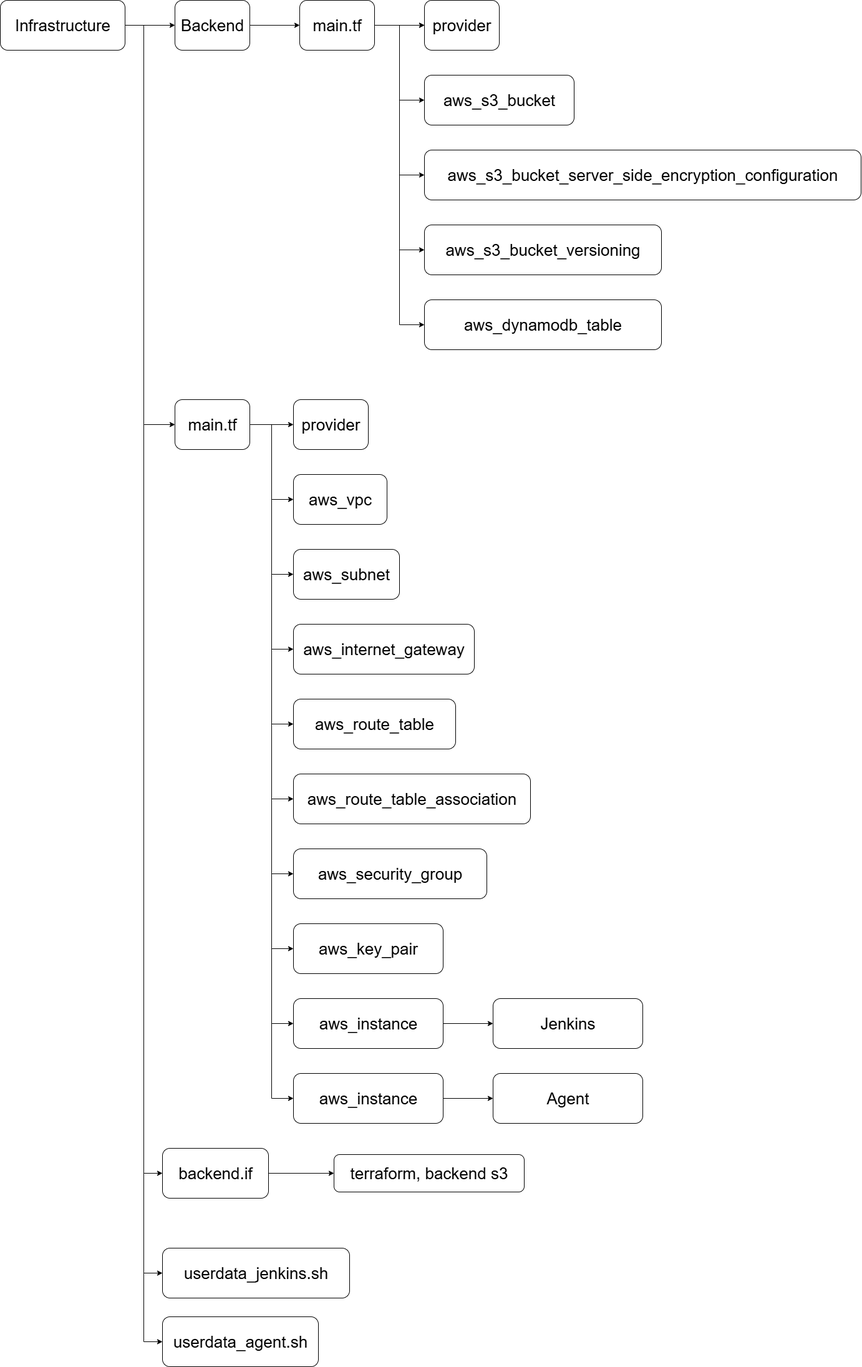
Before: cicd_pipeline_infra.drawio.png, a diagram exported from draw.io (mohsinakhtaralam/cicd_pipeline_101). Source tidied: cells renumbered, new cells last; positions are measured from the earlier drawing's top-left corner, leaving out a move shared by most shapes.
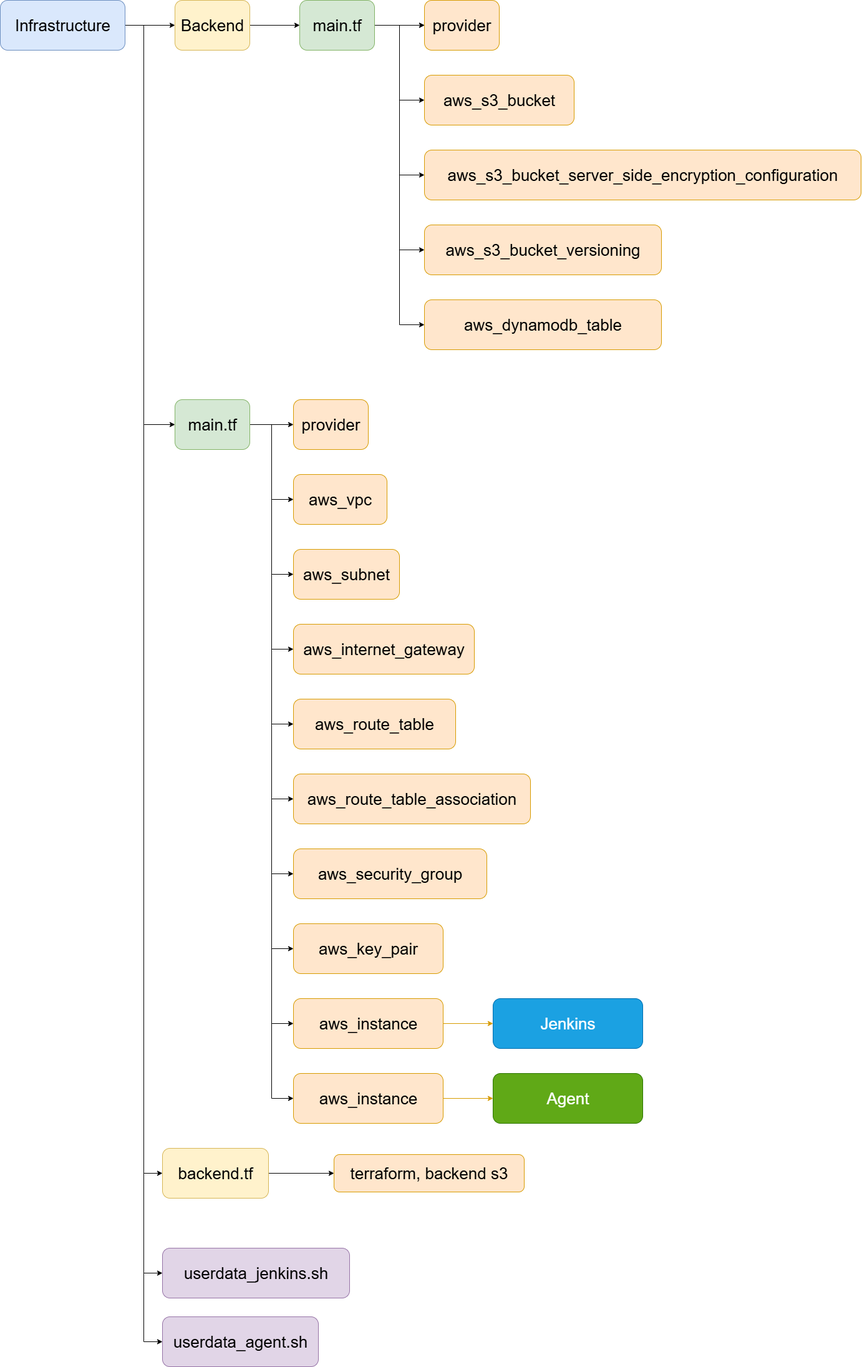
The same file after the commit.

Diff of the diagram source:
```diff
@@ -5,7 +5,7 @@
     <mxCell id="2" style="edgeStyle=orthogonalEdgeStyle;rounded=0;jettySize=auto;html=1;" parent="1" edge="1" source="3" target="10">
       <mxGeometry relative="1" as="geometry" />
     </mxCell>
-    <mxCell id="3" value="Backend" style="rounded=1;whiteSpace=wrap;html=1;fontSize=26;" parent="1" vertex="1">
+    <mxCell id="3" value="Backend" style="rounded=1;whiteSpace=wrap;html=1;fontSize=26;fillColor=#fff2cc;strokeColor=#d6b656;" parent="1" vertex="1">
       <mxGeometry x="280" width="120" height="80" as="geometry" />
     </mxCell>
     <mxCell id="4" style="edgeStyle=orthogonalEdgeStyle;rounded=0;jettySize=auto;html=1;" parent="1" edge="1" source="10" target="11">
@@ -26,22 +26,22 @@
     <mxCell id="9" style="edgeStyle=orthogonalEdgeStyle;rounded=0;jettySize=auto;html=1;entryX=0;entryY=0.5;entryDx=0;entryDy=0;" parent="1" edge="1" source="10" target="15">
       <mxGeometry relative="1" as="geometry" />
     </mxCell>
-    <mxCell id="10" value="main.tf" style="whiteSpace=wrap;html=1;fontSize=26;rounded=1;" parent="1" vertex="1">
+    <mxCell id="10" value="main.tf" style="whiteSpace=wrap;html=1;fontSize=26;rounded=1;fillColor=#d5e8d4;strokeColor=#82b366;" parent="1" vertex="1">
       <mxGeometry x="480" width="120" height="80" as="geometry" />
     </mxCell>
-    <mxCell id="11" value="provider" style="whiteSpace=wrap;html=1;fontSize=26;rounded=1;" parent="1" vertex="1">
+    <mxCell id="11" value="provider" style="whiteSpace=wrap;html=1;fontSize=26;rounded=1;fillColor=#ffe6cc;strokeColor=#d79b00;" parent="1" vertex="1">
       <mxGeometry x="680" width="120" height="80" as="geometry" />
     </mxCell>
-    <mxCell id="12" value="aws_s3_bucket" style="whiteSpace=wrap;html=1;fontSize=26;rounded=1;" parent="1" vertex="1">
+    <mxCell id="12" value="aws_s3_bucket" style="whiteSpace=wrap;html=1;fontSize=26;rounded=1;fillColor=#ffe6cc;strokeColor=#d79b00;" parent="1" vertex="1">
       <mxGeometry x="680" y="120" width="240" height="80" as="geometry" />
     </mxCell>
-    <mxCell id="13" value="aws_s3_bucket_server_side_encryption_configuration" style="whiteSpace=wrap;html=1;fontSize=26;rounded=1;" parent="1" vertex="1">
+    <mxCell id="13" value="aws_s3_bucket_server_side_encryption_configuration" style="whiteSpace=wrap;html=1;fontSize=26;rounded=1;fillColor=#ffe6cc;strokeColor=#d79b00;" parent="1" vertex="1">
       <mxGeometry x="680" y="240" width="700" height="80" as="geometry" />
     </mxCell>
-    <mxCell id="14" value="aws_s3_bucket_versioning&lt;span style=&quot;color: rgba(0, 0, 0, 0); font-family: monospace; font-size: 0px; text-align: start; text-wrap-mode: nowrap;&quot;&gt;%3CmxGraphModel%3E%3Croot%3E%3CmxCell%20id%3D%220%22%2F%3E%3CmxCell%20id%3D%221%22%20parent%3D%220%22%2F%3E%3CmxCell%20id%3D%222%22%20value%3D%22aws_s3_bucket_server_side_encryption_configuration%22%20style%3D%22whiteSpace%3Dwrap%3Bhtml%3D1%3BfontSize%3D26%3Brounded%3D1%3B%22%20vertex%3D%221%22%20parent%3D%221%22%3E%3CmxGeometry%20x%3D%221880%22%20y%3D%221600%22%20width%3D%22700%22%20height%3D%2280%22%20as%3D%22geometry%22%2F%3E%3C%2FmxCell%3E%3C%2Froot%3E%3C%2FmxGraphModel%3E&lt;/span&gt;&lt;span style=&quot;color: rgba(0, 0, 0, 0); font-family: monospace; font-size: 0px; text-align: start; text-wrap-mode: nowrap;&quot;&gt;%3CmxGraphModel%3E%3Croot%3E%3CmxCell%20id%3D%220%22%2F%3E%3CmxCell%20id%3D%221%22%20parent%3D%220%22%2F%3E%3CmxCell%20id%3D%222%22%20value%3D%22aws_s3_bucket_server_side_encryption_configuration%22%20style%3D%22whiteSpace%3Dwrap%3Bhtml%3D1%3BfontSize%3D26%3Brounded%3D1%3B%22%20vertex%3D%221%22%20parent%3D%221%22%3E%3CmxGeometry%20x%3D%221880%22%20y%3D%221600%22%20width%3D%22700%22%20height%3D%2280%22%20as%3D%22geometry%22%2F%3E%3C%2FmxCell%3E%3C%2Froot%3E%3C%2FmxGraphModel%3E&lt;/span&gt;" style="whiteSpace=wrap;html=1;fontSize=26;rounded=1;" parent="1" vertex="1">
+    <mxCell id="14" value="aws_s3_bucket_versioning&lt;span style=&quot;color: rgba(0, 0, 0, 0); font-family: monospace; font-size: 0px; text-align: start; text-wrap-mode: nowrap;&quot;&gt;%3CmxGraphModel%3E%3Croot%3E%3CmxCell%20id%3D%220%22%2F%3E%3CmxCell%20id%3D%221%22%20parent%3D%220%22%2F%3E%3CmxCell%20id%3D%222%22%20value%3D%22aws_s3_bucket_server_side_encryption_configuration%22%20style%3D%22whiteSpace%3Dwrap%3Bhtml%3D1%3BfontSize%3D26%3Brounded%3D1%3B%22%20vertex%3D%221%22%20parent%3D%221%22%3E%3CmxGeometry%20x%3D%221880%22%20y%3D%221600%22%20width%3D%22700%22%20height%3D%2280%22%20as%3D%22geometry%22%2F%3E%3C%2FmxCell%3E%3C%2Froot%3E%3C%2FmxGraphModel%3E&lt;/span&gt;&lt;span style=&quot;color: rgba(0, 0, 0, 0); font-family: monospace; font-size: 0px; text-align: start; text-wrap-mode: nowrap;&quot;&gt;%3CmxGraphModel%3E%3Croot%3E%3CmxCell%20id%3D%220%22%2F%3E%3CmxCell%20id%3D%221%22%20parent%3D%220%22%2F%3E%3CmxCell%20id%3D%222%22%20value%3D%22aws_s3_bucket_server_side_encryption_configuration%22%20style%3D%22whiteSpace%3Dwrap%3Bhtml%3D1%3BfontSize%3D26%3Brounded%3D1%3B%22%20vertex%3D%221%22%20parent%3D%221%22%3E%3CmxGeometry%20x%3D%221880%22%20y%3D%221600%22%20width%3D%22700%22%20height%3D%2280%22%20as%3D%22geometry%22%2F%3E%3C%2FmxCell%3E%3C%2Froot%3E%3C%2FmxGraphModel%3E&lt;/span&gt;" style="whiteSpace=wrap;html=1;fontSize=26;rounded=1;fillColor=#ffe6cc;strokeColor=#d79b00;" parent="1" vertex="1">
       <mxGeometry x="680" y="360" width="380" height="80" as="geometry" />
     </mxCell>
-    <mxCell id="15" value="aws_dynamodb_table" style="whiteSpace=wrap;html=1;fontSize=26;rounded=1;" parent="1" vertex="1">
+    <mxCell id="15" value="aws_dynamodb_table" style="whiteSpace=wrap;html=1;fontSize=26;rounded=1;fillColor=#ffe6cc;strokeColor=#d79b00;" parent="1" vertex="1">
       <mxGeometry x="680" y="480" width="380" height="80" as="geometry" />
     </mxCell>
     <mxCell id="16" style="edgeStyle=orthogonalEdgeStyle;rounded=0;jettySize=auto;html=1;entryX=0;entryY=0.5;entryDx=0;entryDy=0;" parent="1" edge="1" source="21" target="3">
@@ -64,7 +64,7 @@
     <mxCell id="20" style="edgeStyle=orthogonalEdgeStyle;rounded=0;jettySize=auto;html=1;entryX=0;entryY=0.5;entryDx=0;entryDy=0;" parent="1" edge="1" source="21" target="51">
       <mxGeometry relative="1" as="geometry" />
     </mxCell>
-    <mxCell id="21" value="Infrastructure" style="rounded=1;whiteSpace=wrap;html=1;fontSize=26;" parent="1" vertex="1">
+    <mxCell id="21" value="Infrastructure" style="rounded=1;whiteSpace=wrap;html=1;fontSize=26;fillColor=#dae8fc;strokeColor=#6c8ebf;" parent="1" vertex="1">
       <mxGeometry width="200" height="80" as="geometry" />
     </mxCell>
     <mxCell id="22" style="edgeStyle=orthogonalEdgeStyle;rounded=0;jettySize=auto;html=1;" parent="1" edge="1" source="32" target="33">
@@ -97,64 +97,64 @@
     <mxCell id="31" style="edgeStyle=orthogonalEdgeStyle;rounded=0;jettySize=auto;html=1;entryX=0;entryY=0.5;entryDx=0;entryDy=0;" parent="1" edge="1" source="32" target="45">
       <mxGeometry relative="1" as="geometry" />
     </mxCell>
-    <mxCell id="32" value="main.tf" style="rounded=1;whiteSpace=wrap;html=1;fontSize=26;" parent="1" vertex="1">
+    <mxCell id="32" value="main.tf" style="rounded=1;whiteSpace=wrap;html=1;fontSize=26;fillColor=#d5e8d4;strokeColor=#82b366;" parent="1" vertex="1">
       <mxGeometry x="280" y="640" width="120" height="80" as="geometry" />
     </mxCell>
-    <mxCell id="33" value="provider" style="whiteSpace=wrap;html=1;fontSize=26;rounded=1;" parent="1" vertex="1">
+    <mxCell id="33" value="provider" style="whiteSpace=wrap;html=1;fontSize=26;rounded=1;fillColor=#ffe6cc;strokeColor=#d79b00;" parent="1" vertex="1">
       <mxGeometry x="470" y="640" width="120" height="80" as="geometry" />
     </mxCell>
-    <mxCell id="34" value="aws_vpc" style="whiteSpace=wrap;html=1;fontSize=26;rounded=1;" parent="1" vertex="1">
+    <mxCell id="34" value="aws_vpc" style="whiteSpace=wrap;html=1;fontSize=26;rounded=1;fillColor=#ffe6cc;strokeColor=#d79b00;" parent="1" vertex="1">
       <mxGeometry x="470" y="760" width="150" height="80" as="geometry" />
     </mxCell>
-    <mxCell id="35" value="aws_subnet" style="whiteSpace=wrap;html=1;fontSize=26;rounded=1;" parent="1" vertex="1">
+    <mxCell id="35" value="aws_subnet" style="whiteSpace=wrap;html=1;fontSize=26;rounded=1;fillColor=#ffe6cc;strokeColor=#d79b00;" parent="1" vertex="1">
       <mxGeometry x="470" y="880" width="170" height="80" as="geometry" />
     </mxCell>
-    <mxCell id="36" value="aws_internet_gateway" style="whiteSpace=wrap;html=1;fontSize=26;rounded=1;" parent="1" vertex="1">
+    <mxCell id="36" value="aws_internet_gateway" style="whiteSpace=wrap;html=1;fontSize=26;rounded=1;fillColor=#ffe6cc;strokeColor=#d79b00;" parent="1" vertex="1">
       <mxGeometry x="470" y="1000" width="290" height="80" as="geometry" />
     </mxCell>
-    <mxCell id="37" value="aws_route_table" style="whiteSpace=wrap;html=1;fontSize=26;rounded=1;" parent="1" vertex="1">
+    <mxCell id="37" value="aws_route_table" style="whiteSpace=wrap;html=1;fontSize=26;rounded=1;fillColor=#ffe6cc;strokeColor=#d79b00;" parent="1" vertex="1">
       <mxGeometry x="470" y="1120" width="260" height="80" as="geometry" />
     </mxCell>
-    <mxCell id="38" value="aws_route_table_association" style="whiteSpace=wrap;html=1;fontSize=26;rounded=1;" parent="1" vertex="1">
+    <mxCell id="38" value="aws_route_table_association" style="whiteSpace=wrap;html=1;fontSize=26;rounded=1;fillColor=#ffe6cc;strokeColor=#d79b00;" parent="1" vertex="1">
       <mxGeometry x="470" y="1240" width="380" height="80" as="geometry" />
     </mxCell>
-    <mxCell id="39" value="aws_security_group" style="whiteSpace=wrap;html=1;fontSize=26;rounded=1;" parent="1" vertex="1">
+    <mxCell id="39" value="aws_security_group" style="whiteSpace=wrap;html=1;fontSize=26;rounded=1;fillColor=#ffe6cc;strokeColor=#d79b00;" parent="1" vertex="1">
       <mxGeometry x="470" y="1360" width="310" height="80" as="geometry" />
     </mxCell>
-    <mxCell id="40" value="aws_key_pair" style="whiteSpace=wrap;html=1;fontSize=26;rounded=1;" parent="1" vertex="1">
+    <mxCell id="40" value="aws_key_pair" style="whiteSpace=wrap;html=1;fontSize=26;rounded=1;fillColor=#ffe6cc;strokeColor=#d79b00;" parent="1" vertex="1">
       <mxGeometry x="470" y="1480" width="240" height="80" as="geometry" />
     </mxCell>
-    <mxCell id="41" style="edgeStyle=orthogonalEdgeStyle;rounded=0;jettySize=auto;html=1;" parent="1" edge="1" source="42" target="43">
+    <mxCell id="41" style="edgeStyle=orthogonalEdgeStyle;rounded=0;jettySize=auto;html=1;fillColor=#ffe6cc;strokeColor=#d79b00;" parent="1" edge="1" source="42" target="43">
       <mxGeometry relative="1" as="geometry" />
     </mxCell>
-    <mxCell id="42" value="aws_instance" style="whiteSpace=wrap;html=1;fontSize=26;rounded=1;" parent="1" vertex="1">
+    <mxCell id="42" value="aws_instance" style="whiteSpace=wrap;html=1;fontSize=26;rounded=1;fillColor=#ffe6cc;strokeColor=#d79b00;" parent="1" vertex="1">
       <mxGeometry x="470" y="1600" width="240" height="80" as="geometry" />
     </mxCell>
-    <mxCell id="43" value="Jenkins" style="whiteSpace=wrap;html=1;fontSize=26;rounded=1;" parent="1" vertex="1">
+    <mxCell id="43" value="Jenkins" style="whiteSpace=wrap;html=1;fontSize=26;rounded=1;fillColor=#1ba1e2;strokeColor=#006EAF;fontColor=#ffffff;" parent="1" vertex="1">
       <mxGeometry x="790" y="1600" width="240" height="80" as="geometry" />
     </mxCell>
-    <mxCell id="44" style="edgeStyle=orthogonalEdgeStyle;rounded=0;jettySize=auto;html=1;" parent="1" edge="1" source="45" target="46">
+    <mxCell id="44" style="edgeStyle=orthogonalEdgeStyle;rounded=0;jettySize=auto;html=1;fillColor=#ffe6cc;strokeColor=#d79b00;" parent="1" edge="1" source="45" target="46">
       <mxGeometry relative="1" as="geometry" />
     </mxCell>
-    <mxCell id="45" value="aws_instance" style="whiteSpace=wrap;html=1;fontSize=26;rounded=1;" parent="1" vertex="1">
+    <mxCell id="45" value="aws_instance" style="whiteSpace=wrap;html=1;fontSize=26;rounded=1;fillColor=#ffe6cc;strokeColor=#d79b00;" parent="1" vertex="1">
       <mxGeometry x="470" y="1720" width="240" height="80" as="geometry" />
     </mxCell>
-    <mxCell id="46" value="Agent" style="whiteSpace=wrap;html=1;fontSize=26;rounded=1;" parent="1" vertex="1">
+    <mxCell id="46" value="Agent" style="whiteSpace=wrap;html=1;fontSize=26;rounded=1;fillColor=#60a917;strokeColor=#2D7600;fontColor=#ffffff;" parent="1" vertex="1">
       <mxGeometry x="790" y="1720" width="240" height="80" as="geometry" />
     </mxCell>
     <mxCell id="47" style="edgeStyle=orthogonalEdgeStyle;rounded=0;jettySize=auto;html=1;" parent="1" edge="1" source="48" target="49">
       <mxGeometry relative="1" as="geometry" />
     </mxCell>
-    <mxCell id="48" value="backend.if" style="rounded=1;whiteSpace=wrap;html=1;fontSize=26;" parent="1" vertex="1">
+    <mxCell id="48" value="backend.tf" style="rounded=1;whiteSpace=wrap;html=1;fontSize=26;fillColor=#fff2cc;strokeColor=#d6b656;" parent="1" vertex="1">
       <mxGeometry x="260" y="1840" width="170" height="80" as="geometry" />
     </mxCell>
-    <mxCell id="49" value="terraform, backend s3" style="whiteSpace=wrap;html=1;fontSize=26;rounded=1;" parent="1" vertex="1">
+    <mxCell id="49" value="terraform, backend s3" style="whiteSpace=wrap;html=1;fontSize=26;rounded=1;fillColor=#ffe6cc;strokeColor=#d79b00;" parent="1" vertex="1">
       <mxGeometry x="535" y="1850" width="305" height="60" as="geometry" />
     </mxCell>
-    <mxCell id="50" value="userdata_jenkins.sh" style="rounded=1;whiteSpace=wrap;html=1;fontSize=26;" parent="1" vertex="1">
+    <mxCell id="50" value="userdata_jenkins.sh" style="rounded=1;whiteSpace=wrap;html=1;fontSize=26;fillColor=#e1d5e7;strokeColor=#9673a6;" parent="1" vertex="1">
       <mxGeometry x="260" y="2000" width="300" height="80" as="geometry" />
     </mxCell>
-    <mxCell id="51" value="userdata_agent.sh" style="rounded=1;whiteSpace=wrap;html=1;fontSize=26;" parent="1" vertex="1">
+    <mxCell id="51" value="userdata_agent.sh" style="rounded=1;whiteSpace=wrap;html=1;fontSize=26;fillColor=#e1d5e7;strokeColor=#9673a6;" parent="1" vertex="1">
       <mxGeometry x="260" y="2110" width="250" height="80" as="geometry" />
     </mxCell>
   </root>
```
